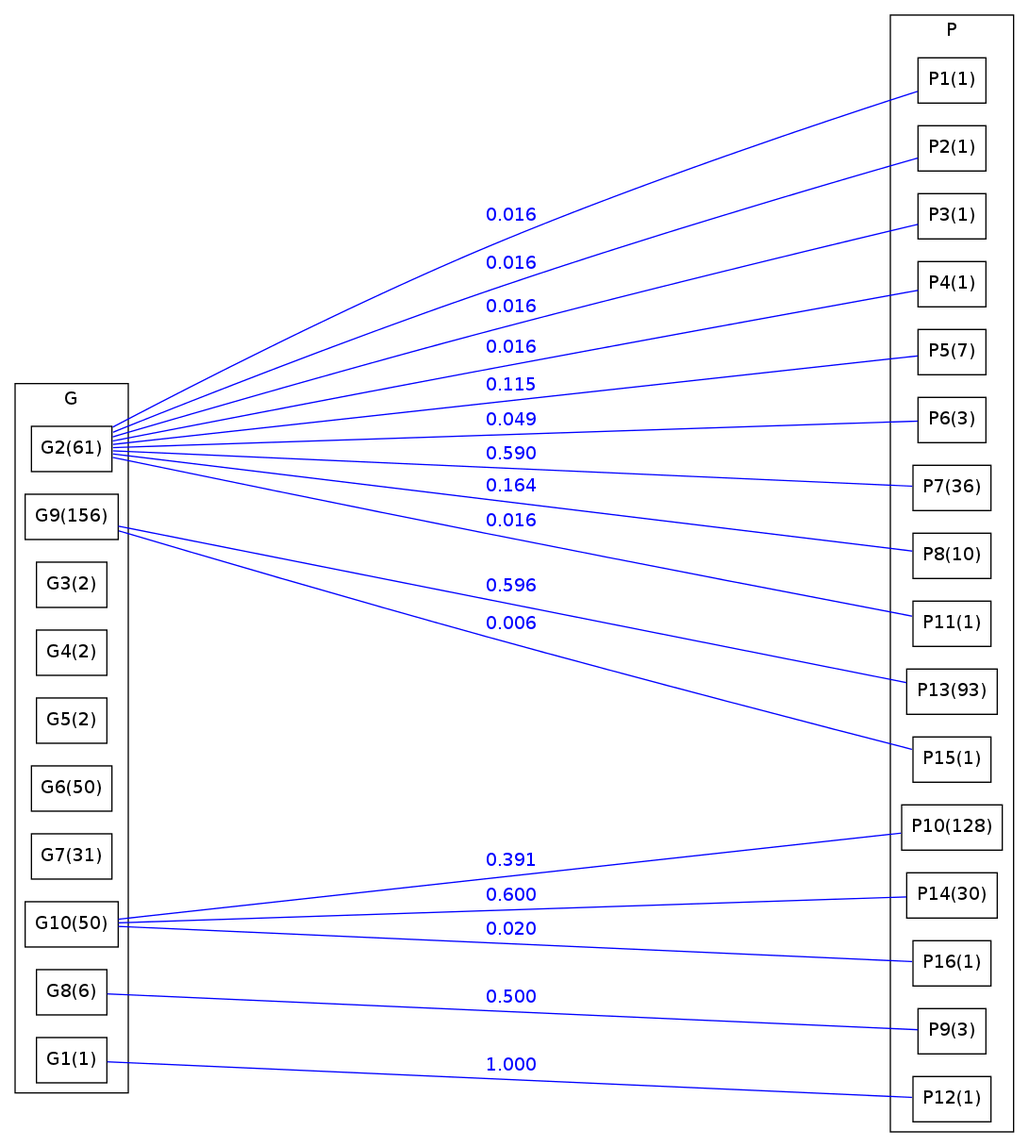
asanoja/segmentations keeps this Graphviz diagram as evaluation/images/BG_chrome_www_biolitestove_com_homestove_overview_.png. Above is the earlier version. Its source is kept beside it as evaluation/dot/BG_chrome_www_biolitestove_com_homestove_overview_.dot. Source of this version:
```dot
strict graph BCG {
rankdir=LR;
splines=true;
ranksep="8 equally";
concentrate = true;
node [shape=rectangle];
subgraph cluster_G {
label = "G";
color=black;
rank="same"
G1 [label="G1(1)"];
G2 [label="G2(61)"];
G3 [label="G3(2)"];
G4 [label="G4(2)"];
G5 [label="G5(2)"];
G6 [label="G6(50)"];
G7 [label="G7(31)"];
G8 [label="G8(6)"];
G9 [label="G9(156)"];
G10 [label="G10(50)"];
}
subgraph cluster_P {
label = "P";
color="black";
rank="same"
P1 [label="P1(1)"];
P2 [label="P2(1)"];
P3 [label="P3(1)"];
P4 [label="P4(1)"];
P5 [label="P5(7)"];
P6 [label="P6(3)"];
P7 [label="P7(36)"];
P8 [label="P8(10)"];
P9 [label="P9(3)"];
P10 [label="P10(128)"];
P11 [label="P11(1)"];
P12 [label="P12(1)"];
P13 [label="P13(93)"];
P14 [label="P14(30)"];
P15 [label="P15(1)"];
P16 [label="P16(1)"];
}
P12 -- G1  [dir="none",label="1.000",color="blue",fontcolor="blue"];
G2 -- P1[label="0.016",color="blue",fontcolor="blue"];
G2 -- P2[label="0.016",color="blue",fontcolor="blue"];
G2 -- P3[label="0.016",color="blue",fontcolor="blue"];
G2 -- P4[label="0.016",color="blue",fontcolor="blue"];
G2 -- P5[label="0.115",color="blue",fontcolor="blue"];
G2 -- P6[label="0.049",color="blue",fontcolor="blue"];
G2 -- P7[label="0.590",color="blue",fontcolor="blue"];
G2 -- P8[label="0.164",color="blue",fontcolor="blue"];
G2 -- P11[label="0.016",color="blue",fontcolor="blue"];
P9 -- G8  [dir="none",label="0.500",color="blue",fontcolor="blue"];
G9 -- P13[label="0.596",color="blue",fontcolor="blue"];
G9 -- P15[label="0.006",color="blue",fontcolor="blue"];
G10 -- P10[label="0.391",color="blue",fontcolor="blue"];
G10 -- P14[label="0.600",color="blue",fontcolor="blue"];
G10 -- P16[label="0.020",color="blue",fontcolor="blue"];
}
```
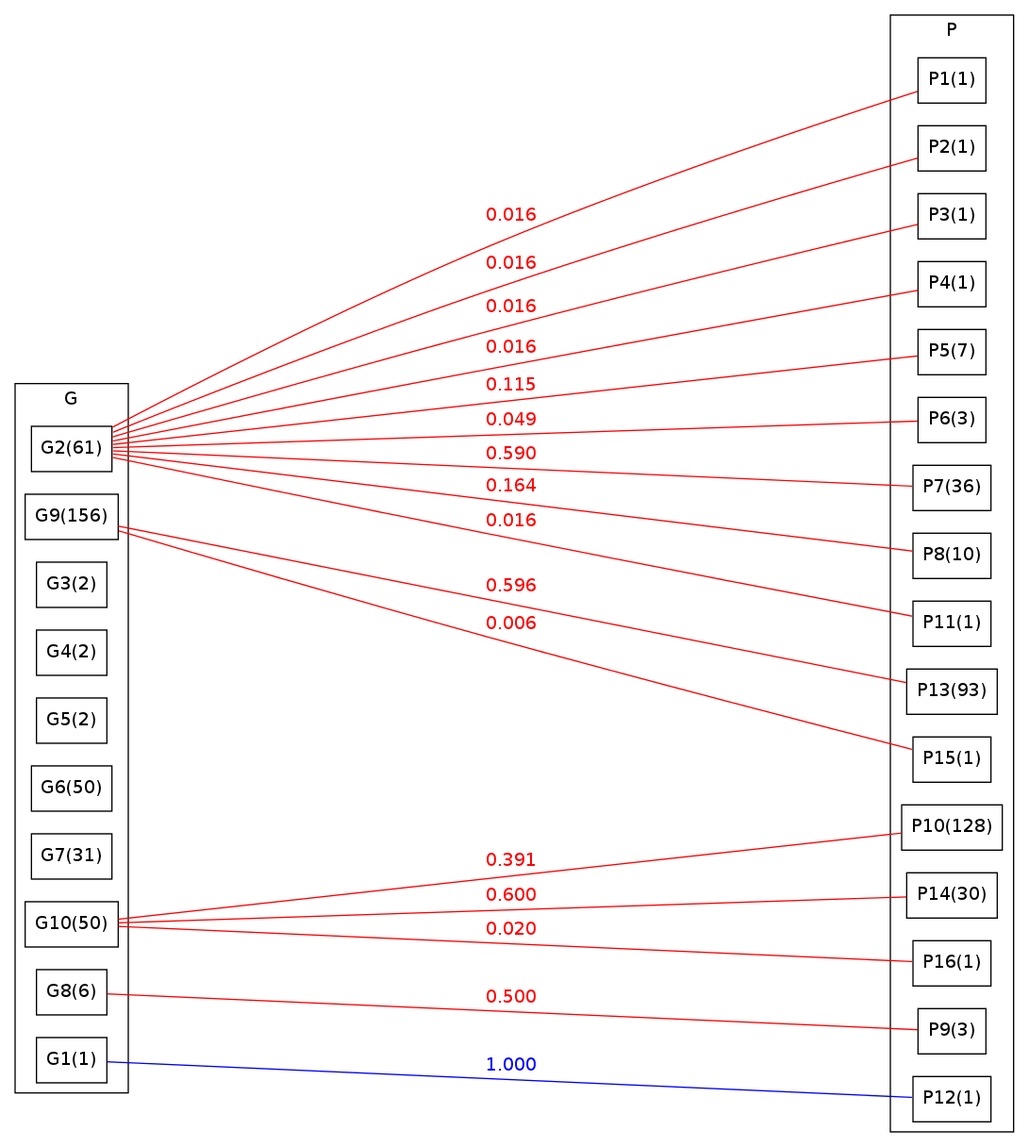
Later version of the same file.

The edit, as a diff of the source:
```diff
@@ -41,19 +41,19 @@
 P16 [label="P16(1)"];
 }
 P12 -- G1  [dir="none",label="1.000",color="blue",fontcolor="blue"];
-G2 -- P1[label="0.016",color="blue",fontcolor="blue"];
-G2 -- P2[label="0.016",color="blue",fontcolor="blue"];
-G2 -- P3[label="0.016",color="blue",fontcolor="blue"];
-G2 -- P4[label="0.016",color="blue",fontcolor="blue"];
-G2 -- P5[label="0.115",color="blue",fontcolor="blue"];
-G2 -- P6[label="0.049",color="blue",fontcolor="blue"];
-G2 -- P7[label="0.590",color="blue",fontcolor="blue"];
-G2 -- P8[label="0.164",color="blue",fontcolor="blue"];
-G2 -- P11[label="0.016",color="blue",fontcolor="blue"];
-P9 -- G8  [dir="none",label="0.500",color="blue",fontcolor="blue"];
-G9 -- P13[label="0.596",color="blue",fontcolor="blue"];
-G9 -- P15[label="0.006",color="blue",fontcolor="blue"];
-G10 -- P10[label="0.391",color="blue",fontcolor="blue"];
-G10 -- P14[label="0.600",color="blue",fontcolor="blue"];
-G10 -- P16[label="0.020",color="blue",fontcolor="blue"];
+G2 -- P1[label="0.016",color="red",fontcolor="red"];
+G2 -- P2[label="0.016",color="red",fontcolor="red"];
+G2 -- P3[label="0.016",color="red",fontcolor="red"];
+G2 -- P4[label="0.016",color="red",fontcolor="red"];
+G2 -- P5[label="0.115",color="red",fontcolor="red"];
+G2 -- P6[label="0.049",color="red",fontcolor="red"];
+G2 -- P7[label="0.590",color="red",fontcolor="red"];
+G2 -- P8[label="0.164",color="red",fontcolor="red"];
+G2 -- P11[label="0.016",color="red",fontcolor="red"];
+P9 -- G8  [dir="none",label="0.500",color="red",fontcolor="red"];
+G9 -- P13[label="0.596",color="red",fontcolor="red"];
+G9 -- P15[label="0.006",color="red",fontcolor="red"];
+G10 -- P10[label="0.391",color="red",fontcolor="red"];
+G10 -- P14[label="0.600",color="red",fontcolor="red"];
+G10 -- P16[label="0.020",color="red",fontcolor="red"];
 }
```
